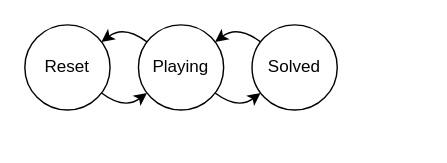
The draw.io diagram page "main-controller-state" (8 of 12) of docs/figs.drawio in lonkaars/puzzelbox, before the edit. Source tidied: cells renumbered, new cells numbered last; positions are measured from the earlier drawing's top-left corner, leaving out a move shared by most shapes. Both pictures are drawn from the tidied source at 142%, with x=0, y=0 at pixel (24, 24).
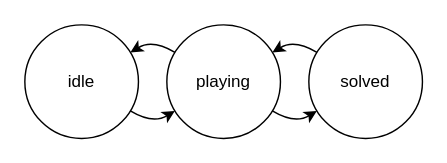
Above is the later version.

The edit, as a diff of the source:
```diff
@@
 <mxGraphModel>
   <root>
     <mxCell id="0" />
     <mxCell id="1" parent="0" />
     <mxCell id="2" style="rounded=0;jettySize=auto;html=1;fontFamily=Arial;curved=1;" parent="1" edge="1" source="3" target="4">
       <mxGeometry relative="1" as="geometry">
         <Array as="points">
-          <mxPoint x="70" y="60" />
+          <mxPoint x="90" y="70" />
         </Array>
       </mxGeometry>
     </mxCell>
-    <mxCell id="3" value="Reset" style="ellipse;whiteSpace=wrap;html=1;fontFamily=Arial;" parent="1" vertex="1">
-      <mxGeometry width="60" height="60" as="geometry" />
+    <mxCell id="3" value="idle" style="ellipse;whiteSpace=wrap;html=1;fontFamily=Arial;" parent="1" vertex="1">
+      <mxGeometry width="80" height="80" as="geometry" />
     </mxCell>
-    <mxCell id="4" value="Playing" style="ellipse;whiteSpace=wrap;html=1;fontFamily=Arial;" parent="1" vertex="1">
-      <mxGeometry x="80" width="60" height="60" as="geometry" />
+    <mxCell id="4" value="playing" style="ellipse;whiteSpace=wrap;html=1;fontFamily=Arial;" parent="1" vertex="1">
+      <mxGeometry x="100" width="80" height="80" as="geometry" />
     </mxCell>
-    <mxCell id="5" value="Solved" style="ellipse;whiteSpace=wrap;html=1;fontFamily=Arial;" parent="1" vertex="1">
-      <mxGeometry x="160" width="60" height="60" as="geometry" />
+    <mxCell id="5" value="solved" style="ellipse;whiteSpace=wrap;html=1;fontFamily=Arial;" parent="1" vertex="1">
+      <mxGeometry x="200" width="80" height="80" as="geometry" />
     </mxCell>
     <mxCell id="6" style="rounded=0;jettySize=auto;html=1;fontFamily=Arial;curved=1;" parent="1" edge="1" source="4" target="3">
       <mxGeometry relative="1" as="geometry">
         <Array as="points">
-          <mxPoint x="70" />
+          <mxPoint x="90" y="10" />
         </Array>
       </mxGeometry>
     </mxCell>
     <mxCell id="7" style="rounded=0;jettySize=auto;html=1;fontFamily=Arial;curved=1;" parent="1" edge="1" source="4" target="5">
       <mxGeometry relative="1" as="geometry">
         <Array as="points">
-          <mxPoint x="150" y="60" />
+          <mxPoint x="190" y="70" />
         </Array>
       </mxGeometry>
     </mxCell>
     <mxCell id="8" style="rounded=0;jettySize=auto;html=1;fontFamily=Arial;curved=1;" parent="1" edge="1" source="5" target="4">
       <mxGeometry relative="1" as="geometry">
         <Array as="points">
-          <mxPoint x="150" />
+          <mxPoint x="190" y="10" />
         </Array>
       </mxGeometry>
     </mxCell>
   </root>
 </mxGraphModel>
```
